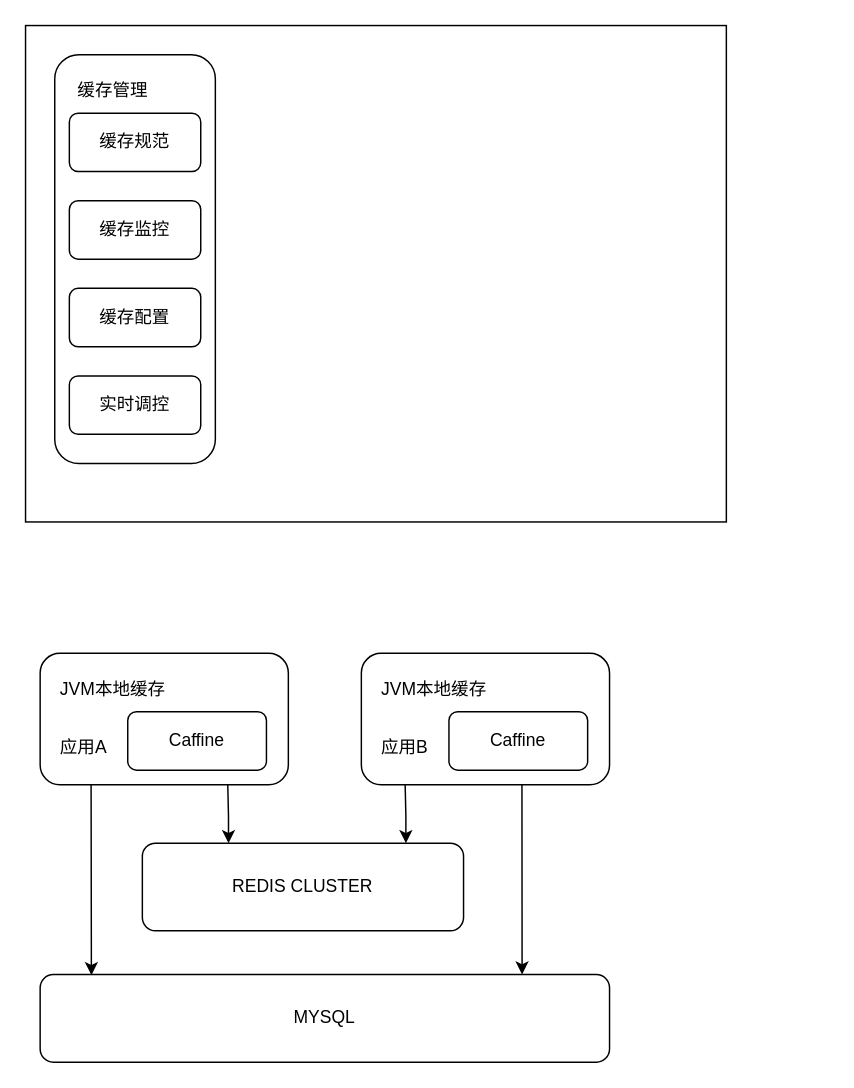
Above: 缓存架构图.drawio in hongyuwen/architect (draw.io), before the change. Source tidied: cells renumbered, new cells numbered last; positions are measured from the earlier drawing's top-left corner, leaving out a move shared by most shapes. Both pictures are drawn from the tidied source at 146%, with x=0, y=0 at pixel (25, 25).
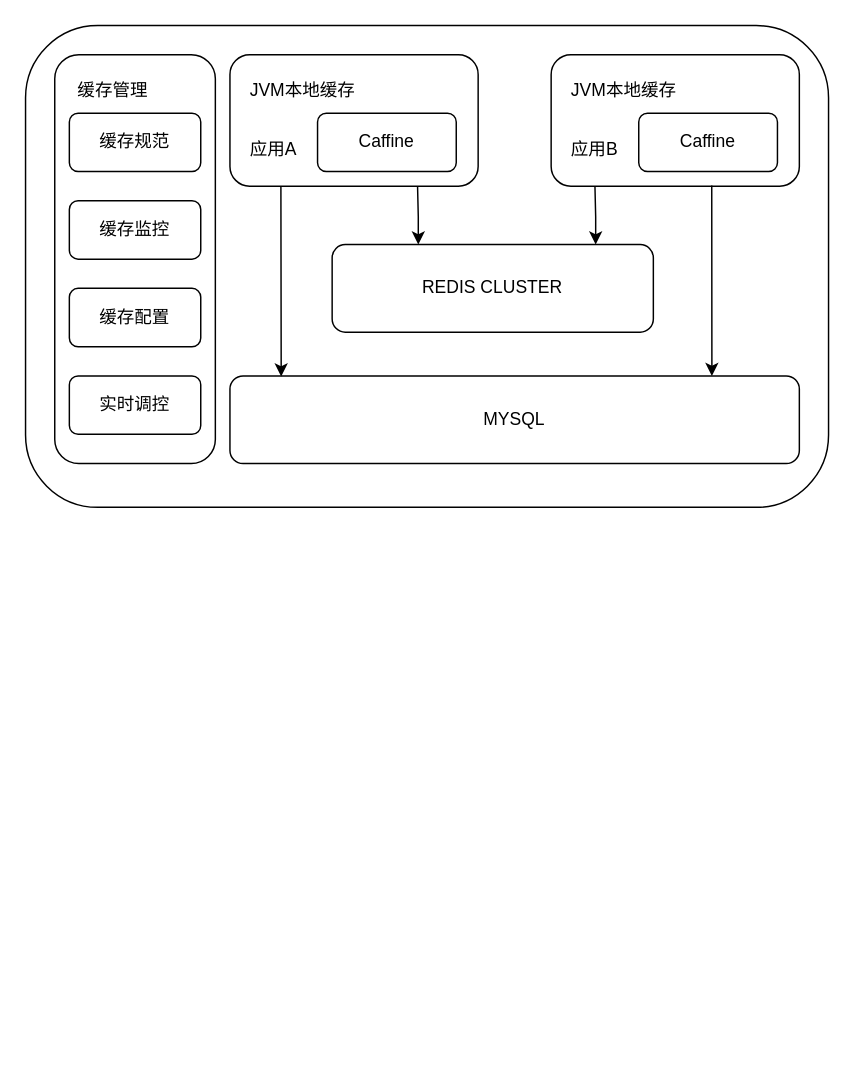
The same diagram, later.

Commit message:
缓存架构图.drawio

Unchanged cells that the change refers to:
```xml
<mxCell id="11" style="rounded=1;whiteSpace=wrap;html=1;" parent="10" vertex="1">
  <mxGeometry width="170" height="90" as="geometry" />
</mxCell>
```

The edit, as a diff of the source:
```diff
@@
-    <mxCell id="2" style="rounded=0;whiteSpace=wrap;html=1;" parent="1" vertex="1">
-      <mxGeometry width="480" height="340" as="geometry" />
+    <mxCell id="2" style="rounded=1;whiteSpace=wrap;html=1;" parent="1" vertex="1">
+      <mxGeometry width="550" height="330" as="geometry" />
     </mxCell>
@@
+    <mxCell id="26" style="group;" parent="1" vertex="1">
+      <mxGeometry x="140" y="20" width="390" height="280" as="geometry" />
+    </mxCell>
-    <mxCell id="10" style="group;" parent="1" vertex="1">
-      <mxGeometry x="10" y="430" width="170" height="90" as="geometry" />
+    <mxCell id="10" style="group;" parent="26" vertex="1">
+      <mxGeometry width="170" height="90" as="geometry" />
     </mxCell>
@@
-    <mxCell id="15" style="group;" parent="1" vertex="1">
-      <mxGeometry x="230" y="430" width="170" height="90" as="geometry" />
+    <mxCell id="15" style="group;" parent="26" vertex="1">
+      <mxGeometry x="220" width="170" height="90" as="geometry" />
     </mxCell>
@@
-    <mxCell id="20" value="REDIS CLUSTER" style="rounded=1;whiteSpace=wrap;html=1;" parent="1" vertex="1">
-      <mxGeometry x="80" y="560" width="220" height="60" as="geometry" />
+    <mxCell id="20" value="REDIS CLUSTER" style="rounded=1;whiteSpace=wrap;html=1;" parent="26" vertex="1">
+      <mxGeometry x="70" y="130" width="220" height="60" as="geometry" />
     </mxCell>
-    <mxCell id="21" value="MYSQL" style="rounded=1;whiteSpace=wrap;html=1;" parent="1" vertex="1">
-      <mxGeometry x="10" y="650" width="390" height="60" as="geometry" />
+    <mxCell id="21" value="MYSQL" style="rounded=1;whiteSpace=wrap;html=1;" parent="26" vertex="1">
+      <mxGeometry y="220" width="390" height="60" as="geometry" />
     </mxCell>
-    <mxCell id="22" style="edgeStyle=orthogonalEdgeStyle;rounded=0;orthogonalLoop=1;jettySize=auto;html=1;exitX=0.75;exitY=1;exitDx=0;exitDy=0;" parent="1" edge="1">
+    <mxCell id="22" style="edgeStyle=orthogonalEdgeStyle;rounded=0;orthogonalLoop=1;jettySize=auto;html=1;exitX=0.75;exitY=1;exitDx=0;exitDy=0;" parent="26" edge="1">
       <mxGeometry relative="1" as="geometry">
-        <mxPoint x="138.5" y="520" as="sourcePoint" />
-        <mxPoint x="139" y="560" as="targetPoint" />
+        <mxPoint x="128.5" y="90" as="sourcePoint" />
+        <mxPoint x="129" y="130" as="targetPoint" />
       </mxGeometry>
     </mxCell>
-    <mxCell id="23" style="edgeStyle=orthogonalEdgeStyle;rounded=0;orthogonalLoop=1;jettySize=auto;html=1;exitX=0.75;exitY=1;exitDx=0;exitDy=0;" parent="1" edge="1">
+    <mxCell id="23" style="edgeStyle=orthogonalEdgeStyle;rounded=0;orthogonalLoop=1;jettySize=auto;html=1;exitX=0.75;exitY=1;exitDx=0;exitDy=0;" parent="26" edge="1">
       <mxGeometry relative="1" as="geometry">
-        <mxPoint x="260" y="520" as="sourcePoint" />
-        <mxPoint x="260.5" y="560" as="targetPoint" />
+        <mxPoint x="250" y="90" as="sourcePoint" />
+        <mxPoint x="250.5" y="130" as="targetPoint" />
       </mxGeometry>
     </mxCell>
-    <mxCell id="24" style="edgeStyle=orthogonalEdgeStyle;rounded=0;jettySize=auto;html=1;exitX=0.205;exitY=0.999;exitDx=0;exitDy=0;entryX=0.108;entryY=0.007;entryDx=0;entryDy=0;entryPerimeter=0;exitPerimeter=0;" parent="1" edge="1" source="11">
+    <mxCell id="24" style="edgeStyle=orthogonalEdgeStyle;rounded=0;jettySize=auto;html=1;exitX=0.205;exitY=0.999;exitDx=0;exitDy=0;entryX=0.108;entryY=0.007;entryDx=0;entryDy=0;entryPerimeter=0;exitPerimeter=0;" parent="26" edge="1" source="11">
       <mxGeometry relative="1" as="geometry">
-        <mxPoint x="45.1" y="650.4" as="targetPoint" />
+        <mxPoint x="35.1" y="220.4" as="targetPoint" />
         <Array as="points">
-          <mxPoint x="45" y="521" />
-          <mxPoint x="45" y="521" />
+          <mxPoint x="35" y="91" />
+          <mxPoint x="35" y="91" />
         </Array>
       </mxGeometry>
     </mxCell>
-    <mxCell id="25" style="edgeStyle=orthogonalEdgeStyle;rounded=0;orthogonalLoop=1;jettySize=auto;html=1;exitX=0.205;exitY=0.999;exitDx=0;exitDy=0;entryX=0.108;entryY=0.007;entryDx=0;entryDy=0;entryPerimeter=0;exitPerimeter=0;" parent="1" edge="1">
+    <mxCell id="25" style="edgeStyle=orthogonalEdgeStyle;rounded=0;orthogonalLoop=1;jettySize=auto;html=1;exitX=0.205;exitY=0.999;exitDx=0;exitDy=0;entryX=0.108;entryY=0.007;entryDx=0;entryDy=0;entryPerimeter=0;exitPerimeter=0;" parent="26" edge="1">
       <mxGeometry relative="1" as="geometry">
-        <mxPoint x="340" y="519.6" as="sourcePoint" />
-        <mxPoint x="340.1" y="650" as="targetPoint" />
+        <mxPoint x="330" y="89.6" as="sourcePoint" />
+        <mxPoint x="330.1" y="220" as="targetPoint" />
         <Array as="points">
-          <mxPoint x="340" y="520.6" />
-          <mxPoint x="340" y="520.6" />
+          <mxPoint x="330" y="90.6" />
+          <mxPoint x="330" y="90.6" />
         </Array>
       </mxGeometry>
     </mxCell>
```
